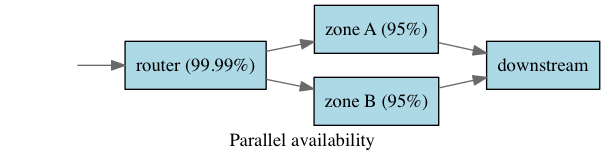
Earlier version of the Graphviz export images/dachs/parallel.png (jabley/jamesabley.com). Its source is kept beside it as doc/dachs/parallel.dot. Its diagram source:
```dot

digraph serial {
    rankdir="LR";
    label="Parallel availability";
    node [style=filled, fillcolor=lightblue, shape=rect];
    edge [color=dimgrey];

    client [style=invis];
    router [label="router (99.99%)"];
    zoneA [label="zone A (95%)"];
    zoneB [label="zone B (95%)"];
    downstream [label="downstream"];

    client -> router;
    router -> zoneA;
    router -> zoneB;
    zoneA -> downstream;
    zoneB -> downstream;
}
```
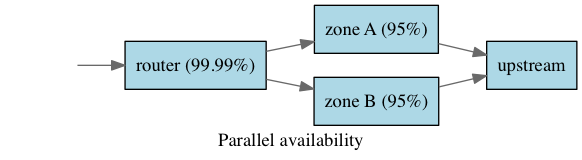
After the change.

Commit message:
Rename downstream as upstream

The edit, as a diff of the source:
```diff
@@ -9,11 +9,11 @@
     router [label="router (99.99%)"];
     zoneA [label="zone A (95%)"];
     zoneB [label="zone B (95%)"];
-    downstream [label="downstream"];
+    upstream [label="upstream"];
 
     client -> router;
     router -> zoneA;
     router -> zoneB;
-    zoneA -> downstream;
-    zoneB -> downstream;
+    zoneA -> upstream;
+    zoneB -> upstream;
 }
```
